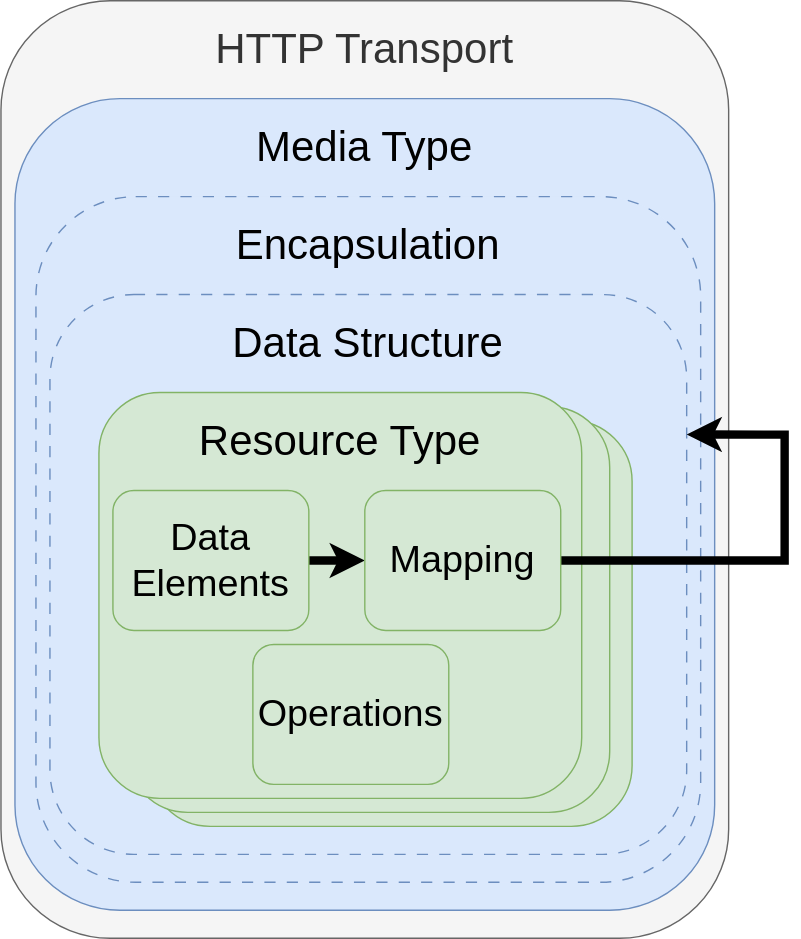
pawel-kow/RPP-architecture keeps this draw.io diagram as assets/Architecture.drawio.svg. Above is the earlier version. Source tidied: cells renumbered, new cells last; positions are measured from the earlier drawing's top-left corner, leaving out a move shared by most shapes.
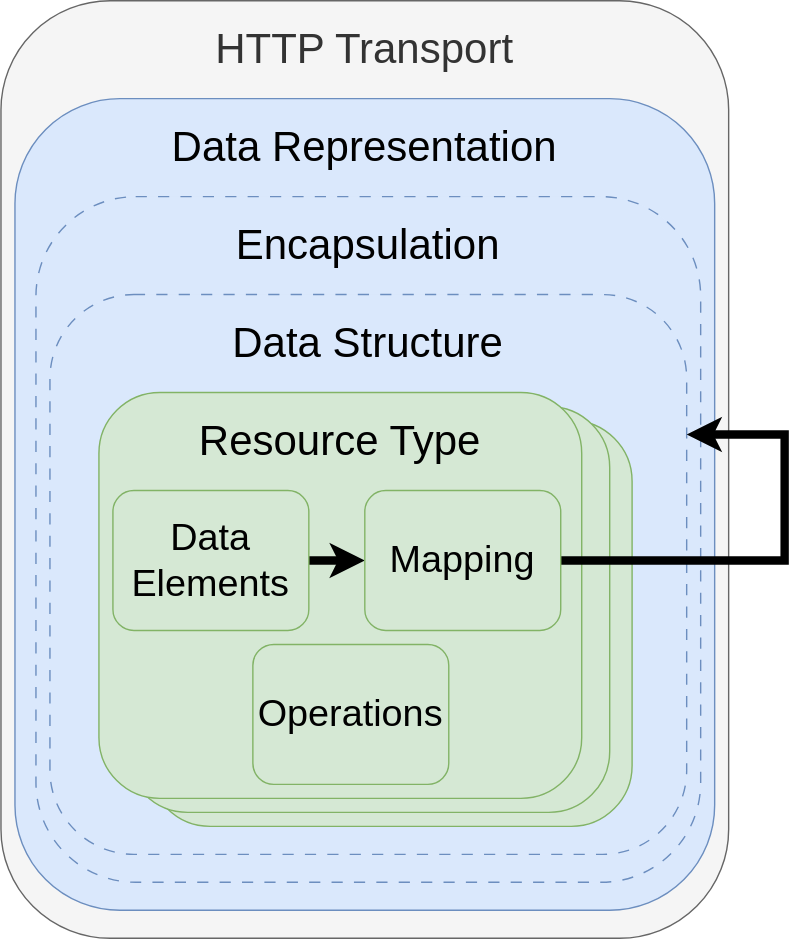
After the commit.

Diff of the diagram source:
```diff
@@ -5,7 +5,7 @@
     <mxCell id="2" value="HTTP Transport" style="rounded=1;whiteSpace=wrap;html=1;align=center;verticalAlign=top;fontSize=30;spacingTop=10;fillColor=#f5f5f5;fontColor=#333333;strokeColor=#666666;" parent="1" vertex="1">
       <mxGeometry width="520" height="670" as="geometry" />
     </mxCell>
-    <mxCell id="3" value="Media Type" style="rounded=1;whiteSpace=wrap;html=1;align=center;verticalAlign=top;fontSize=30;spacingTop=10;fillColor=#dae8fc;strokeColor=#6c8ebf;" parent="1" vertex="1">
+    <mxCell id="3" value="Data Representation" style="rounded=1;whiteSpace=wrap;html=1;align=center;verticalAlign=top;fontSize=30;spacingTop=10;fillColor=#dae8fc;strokeColor=#6c8ebf;" parent="1" vertex="1">
       <mxGeometry x="10" y="70" width="500" height="580" as="geometry" />
     </mxCell>
     <mxCell id="4" value="Encapsulation" style="rounded=1;whiteSpace=wrap;html=1;align=center;verticalAlign=top;fontSize=30;spacingTop=10;fillColor=#dae8fc;strokeColor=#6c8ebf;dashed=1;dashPattern=8 8;" parent="1" vertex="1">
```
